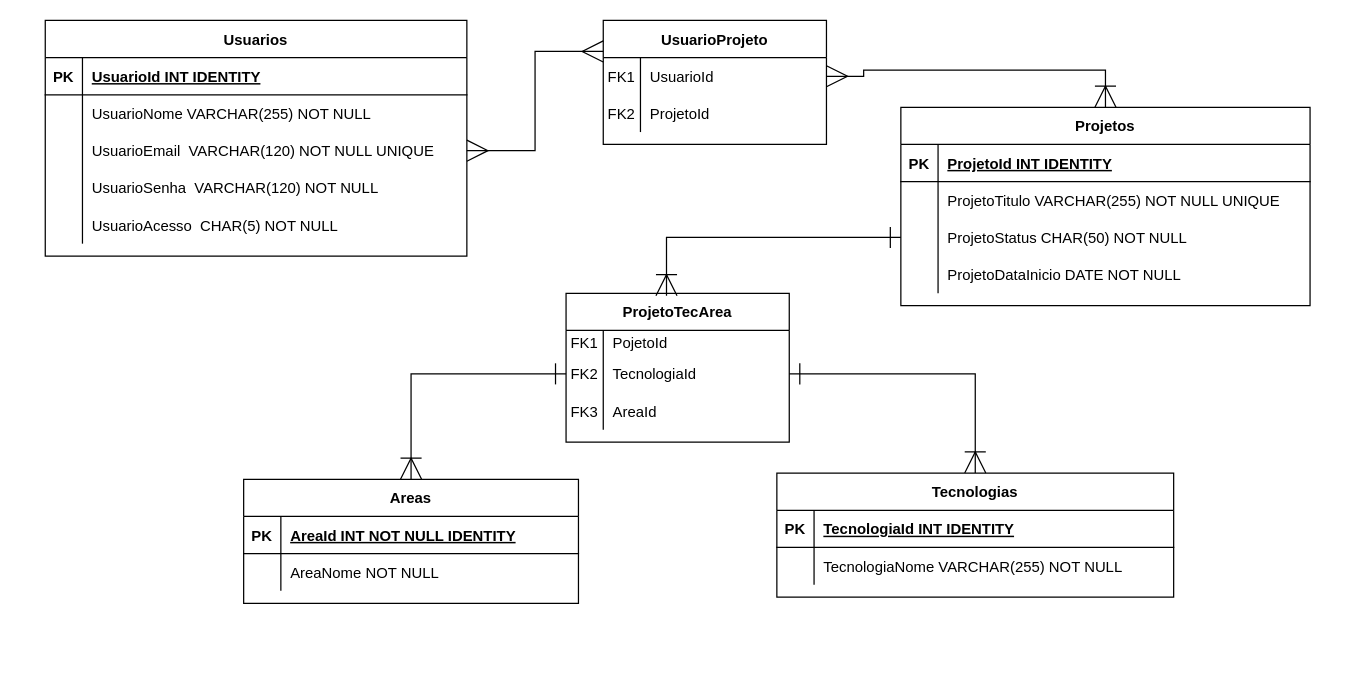
Earlier version of the draw.io diagram Arquivo2.drawio (ismaeldev96/uc13). Source tidied: cells renumbered, new cells numbered last; positions are measured from the earlier drawing's top-left corner, leaving out a move shared by most shapes. Both pictures are drawn from the tidied source at 124%, with x=0, y=0 at pixel (45, 20).
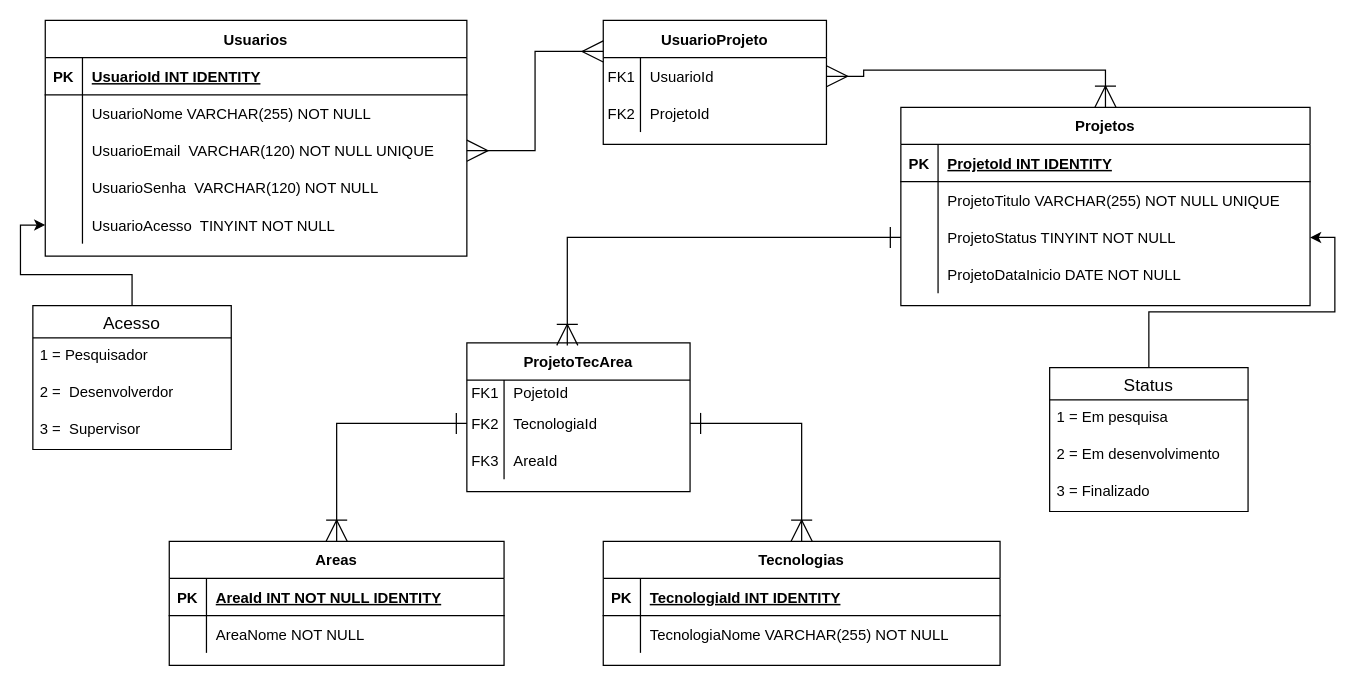
After the change.

The change refers to these unchanged cells:
```xml
<mxCell id="15" style="shape=partialRectangle;fillColor=none;points=[[0,0.5],[1,0.5]];portConstraint=eastwest;top=0;left=0;right=0;bottom=0;" parent="2" vertex="1">
  <mxGeometry y="150" width="340" height="30" as="geometry" />
</mxCell>
<mxCell id="32" style="shape=partialRectangle;fillColor=none;points=[[0,0.5],[1,0.5]];portConstraint=eastwest;top=0;left=0;right=0;bottom=0;" parent="25" vertex="1">
  <mxGeometry y="90" width="330" height="30" as="geometry" />
</mxCell>
```

What changed in the source:
```diff
@@
-    <mxCell id="17" value="UsuarioAcesso  CHAR(5) NOT NULL " style="shape=partialRectangle;overflow=hidden;fillColor=none;top=0;left=0;bottom=0;right=0;align=left;spacingLeft=6;" parent="15" vertex="1">
+    <mxCell id="17" value="UsuarioAcesso  TINYINT NOT NULL " style="shape=partialRectangle;overflow=hidden;fillColor=none;top=0;left=0;bottom=0;right=0;align=left;spacingLeft=6;" parent="15" vertex="1">
       <mxGeometry x="30" width="310" height="30" as="geometry" />
     </mxCell>
     <mxCell id="18" value="Tecnologias" style="shape=table;startSize=30;childLayout=tableLayout;rowLines=0;fontStyle=1;align=center;" parent="1" vertex="1">
-      <mxGeometry x="590" y="365" width="320" height="100" as="geometry" />
+      <mxGeometry x="450" y="420" width="320" height="100" as="geometry" />
     </mxCell>
@@
-    <mxCell id="34" value="ProjetoStatus CHAR(50) NOT NULL " style="shape=partialRectangle;overflow=hidden;fillColor=none;top=0;left=0;bottom=0;right=0;align=left;spacingLeft=6;" parent="32" vertex="1">
+    <mxCell id="34" value="ProjetoStatus TINYINT NOT NULL " style="shape=partialRectangle;overflow=hidden;fillColor=none;top=0;left=0;bottom=0;right=0;align=left;spacingLeft=6;" parent="32" vertex="1">
       <mxGeometry x="30" width="300" height="30" as="geometry" />
     </mxCell>
@@
     <mxCell id="38" value="Areas" style="shape=table;startSize=30;childLayout=tableLayout;rowLines=0;fontStyle=1;align=center;" parent="1" vertex="1">
-      <mxGeometry x="160" y="370" width="270" height="100" as="geometry" />
+      <mxGeometry x="100" y="420" width="270" height="100" as="geometry" />
     </mxCell>
@@
     <mxCell id="52" value="ProjetoTecArea" style="shape=table;startSize=30;childLayout=tableLayout;rowLines=0;fontStyle=1;align=center;" parent="1" vertex="1">
-      <mxGeometry x="420" y="220" width="180" height="120" as="geometry" />
+      <mxGeometry x="340" y="260" width="180" height="120" as="geometry" />
     </mxCell>
@@
+    <mxCell id="67" style="edgeStyle=orthogonalEdgeStyle;rounded=0;jettySize=auto;html=1;" parent="1" edge="1" source="68" target="32">
+      <mxGeometry relative="1" as="geometry" />
+    </mxCell>
+    <mxCell id="68" value="Status" style="swimlane;fontStyle=0;horizontal=1;startSize=26;align=center;fontSize=14;" parent="1" vertex="1">
+      <mxGeometry x="810" y="280" width="160" height="116" as="geometry" />
+    </mxCell>
+    <mxCell id="69" value="1 = Em pesquisa" style="text;strokeColor=none;fillColor=none;spacingLeft=4;spacingRight=4;overflow=hidden;fontSize=12;" parent="68" vertex="1">
+      <mxGeometry y="26" width="160" height="30" as="geometry" />
+    </mxCell>
+    <mxCell id="70" value="2 = Em desenvolvimento" style="text;strokeColor=none;fillColor=none;spacingLeft=4;spacingRight=4;overflow=hidden;fontSize=12;" parent="68" vertex="1">
+      <mxGeometry y="56" width="160" height="30" as="geometry" />
+    </mxCell>
+    <mxCell id="71" value="3 = Finalizado" style="text;strokeColor=none;fillColor=none;spacingLeft=4;spacingRight=4;overflow=hidden;fontSize=12;" parent="68" vertex="1">
+      <mxGeometry y="86" width="160" height="30" as="geometry" />
+    </mxCell>
+    <mxCell id="72" style="edgeStyle=orthogonalEdgeStyle;rounded=0;jettySize=auto;html=1;" parent="1" edge="1" source="73" target="15">
+      <mxGeometry relative="1" as="geometry" />
+    </mxCell>
+    <mxCell id="73" value="Acesso" style="swimlane;fontStyle=0;horizontal=1;startSize=26;align=center;fontSize=14;" parent="1" vertex="1">
+      <mxGeometry x="-10" y="230" width="160" height="116" as="geometry" />
+    </mxCell>
+    <mxCell id="74" value="1 = Pesquisador" style="text;strokeColor=none;fillColor=none;spacingLeft=4;spacingRight=4;overflow=hidden;fontSize=12;" parent="73" vertex="1">
+      <mxGeometry y="26" width="160" height="30" as="geometry" />
+    </mxCell>
+    <mxCell id="75" value="2 =  Desenvolverdor" style="text;strokeColor=none;fillColor=none;spacingLeft=4;spacingRight=4;overflow=hidden;fontSize=12;" parent="73" vertex="1">
+      <mxGeometry y="56" width="160" height="30" as="geometry" />
+    </mxCell>
+    <mxCell id="76" value="3 =  Supervisor" style="text;strokeColor=none;fillColor=none;spacingLeft=4;spacingRight=4;overflow=hidden;fontSize=12;" parent="73" vertex="1">
+      <mxGeometry y="86" width="160" height="30" as="geometry" />
+    </mxCell>
```
